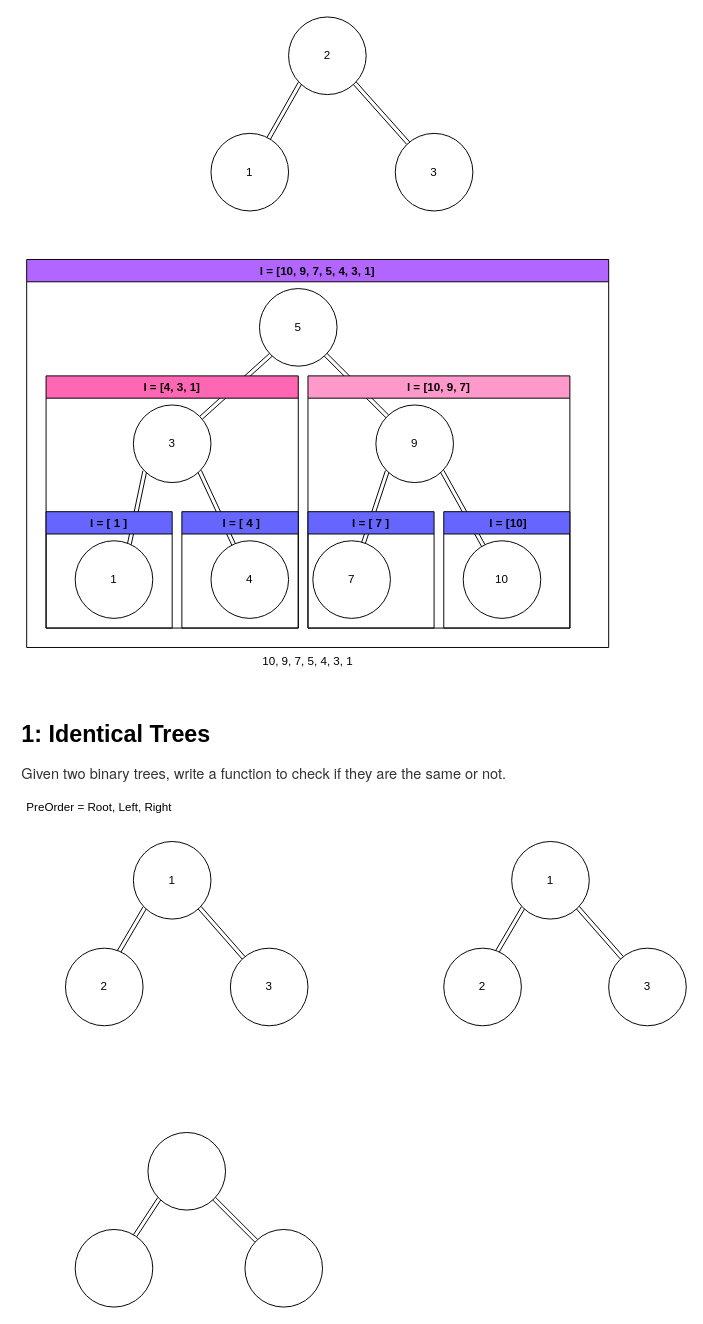
Above: week-10/session-one/test.drawio in thinthazin96/CodePath (draw.io), before the change. Source tidied: cells renumbered, new cells numbered last; positions are measured from the earlier drawing's top-left corner, leaving out a move shared by most shapes. Both pictures are drawn from the tidied source at 97%, with x=0, y=0 at pixel (16, 16).
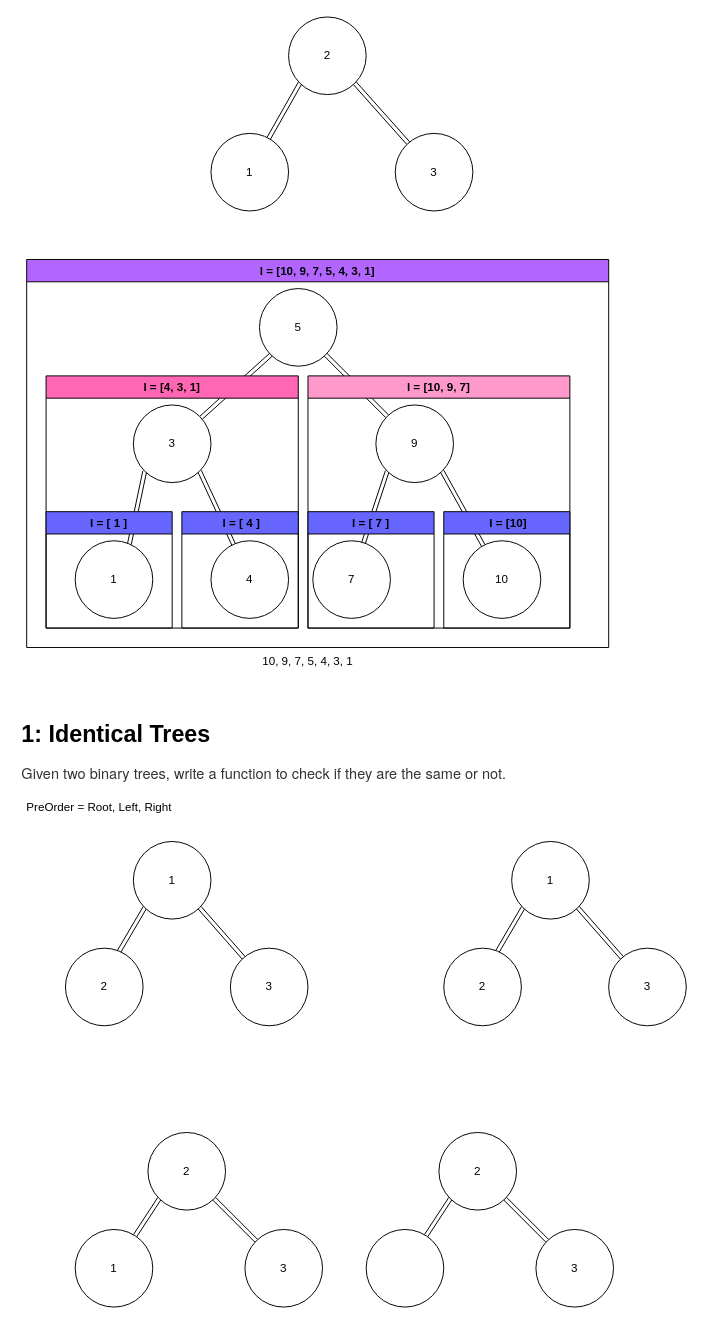
The same diagram, later.

The edit, as a diff of the source:
```diff
@@
-    <mxCell id="36" style="ellipse;whiteSpace=wrap;html=1;" parent="1" vertex="1">
+    <mxCell id="36" value="2" style="ellipse;whiteSpace=wrap;html=1;" parent="1" vertex="1">
       <mxGeometry x="135" y="1150" width="80" height="80" as="geometry" />
     </mxCell>
-    <mxCell id="37" style="ellipse;whiteSpace=wrap;html=1;" parent="1" vertex="1">
+    <mxCell id="37" value="1" style="ellipse;whiteSpace=wrap;html=1;" parent="1" vertex="1">
       <mxGeometry x="60" y="1250" width="80" height="80" as="geometry" />
     </mxCell>
-    <mxCell id="38" style="ellipse;whiteSpace=wrap;html=1;" parent="1" vertex="1">
+    <mxCell id="38" value="3" style="ellipse;whiteSpace=wrap;html=1;" parent="1" vertex="1">
       <mxGeometry x="235" y="1250" width="80" height="80" as="geometry" />
     </mxCell>
@@
+    <mxCell id="45" style="edgeStyle=none;shape=link;html=1;exitX=0;exitY=1;exitDx=0;exitDy=0;" parent="1" edge="1" source="47" target="48">
+      <mxGeometry relative="1" as="geometry" />
+    </mxCell>
+    <mxCell id="46" style="edgeStyle=none;shape=link;html=1;exitX=1;exitY=1;exitDx=0;exitDy=0;" parent="1" edge="1" source="47" target="49">
+      <mxGeometry relative="1" as="geometry" />
+    </mxCell>
+    <mxCell id="47" value="2" style="ellipse;whiteSpace=wrap;html=1;" parent="1" vertex="1">
+      <mxGeometry x="435" y="1150" width="80" height="80" as="geometry" />
+    </mxCell>
+    <mxCell id="48" style="ellipse;whiteSpace=wrap;html=1;" parent="1" vertex="1">
+      <mxGeometry x="360" y="1250" width="80" height="80" as="geometry" />
+    </mxCell>
+    <mxCell id="49" value="3" style="ellipse;whiteSpace=wrap;html=1;" parent="1" vertex="1">
+      <mxGeometry x="535" y="1250" width="80" height="80" as="geometry" />
+    </mxCell>
```
